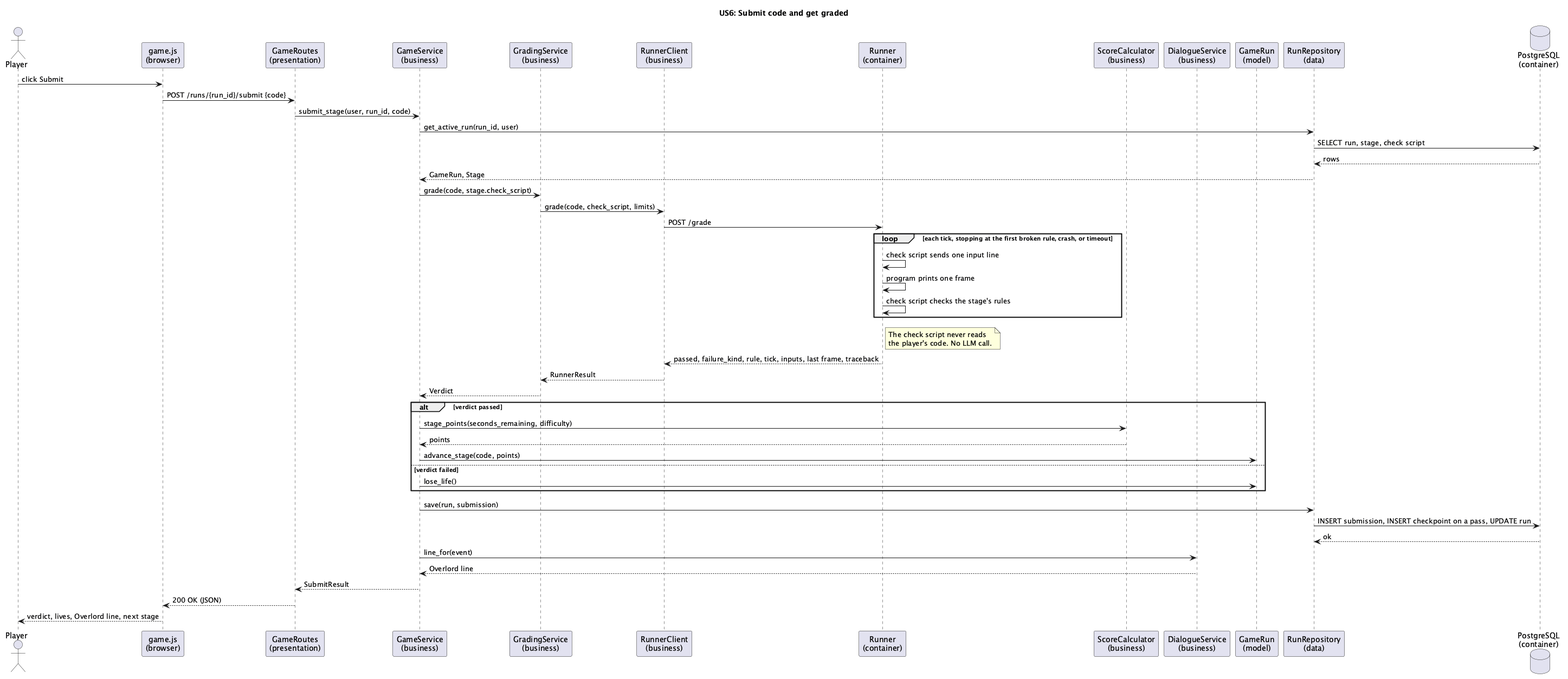
Before: uml/sequence-US6.png, a diagram exported from PlantUML (msu-denver/rokos-tasks).
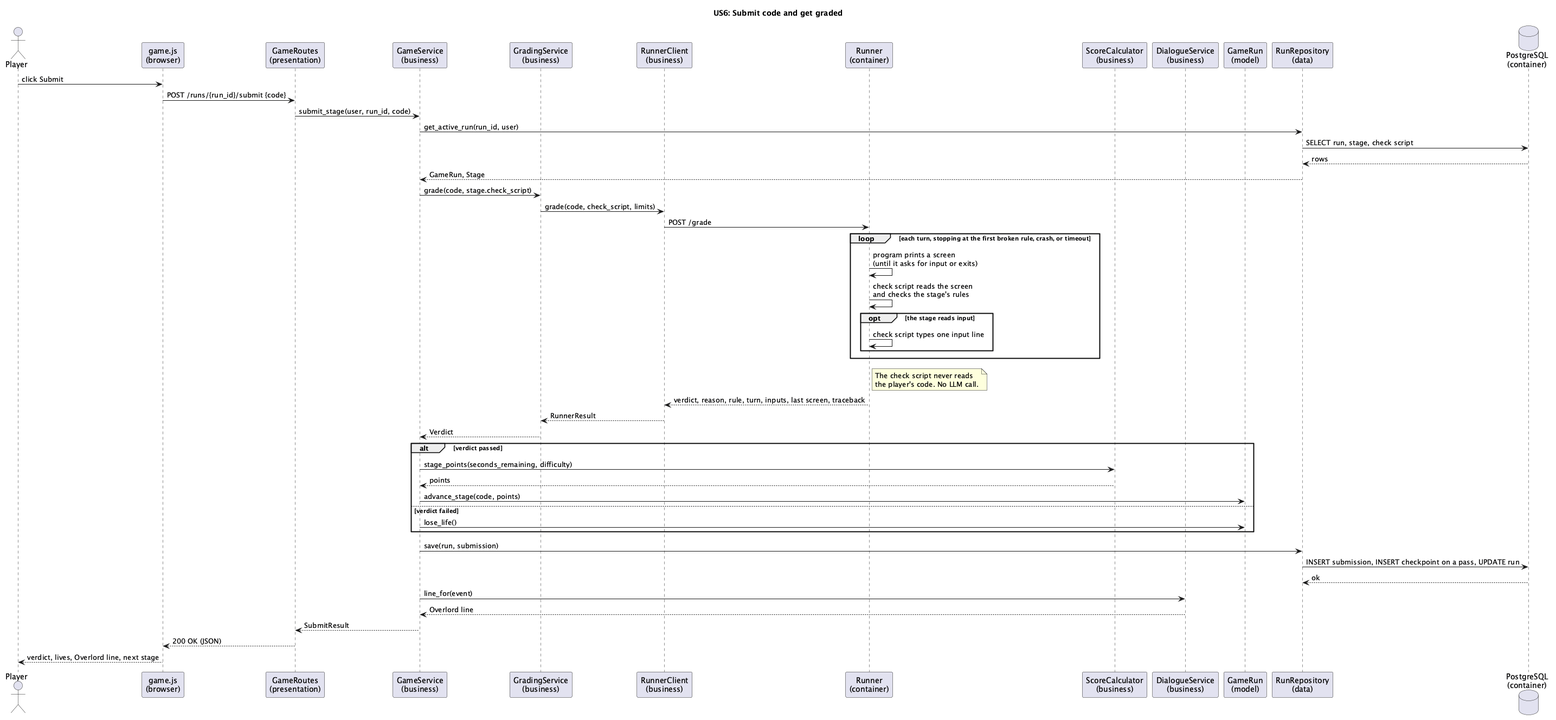
After the commit.

Change to the diagram source:
```diff
@@ -27,13 +27,15 @@
 Game -> Grading : grade(code, stage.check_script)
 Grading -> RunnerClient : grade(code, check_script, limits)
 RunnerClient -> Runner : POST /grade
-loop each tick, stopping at the first broken rule, crash, or timeout
-    Runner -> Runner : check script sends one input line
-    Runner -> Runner : program prints one frame
-    Runner -> Runner : check script checks the stage's rules
+loop each turn, stopping at the first broken rule, crash, or timeout
+    Runner -> Runner : program prints a screen\n(until it asks for input or exits)
+    Runner -> Runner : check script reads the screen\nand checks the stage's rules
+    opt the stage reads input
+        Runner -> Runner : check script types one input line
+    end
 end
 note right of Runner : The check script never reads\nthe player's code. No LLM call.
-Runner --> RunnerClient : passed, failure_kind, rule, tick, inputs, last frame, traceback
+Runner --> RunnerClient : verdict, reason, rule, turn, inputs, last screen, traceback
 RunnerClient --> Grading : RunnerResult
 Grading --> Game : Verdict
 
```
